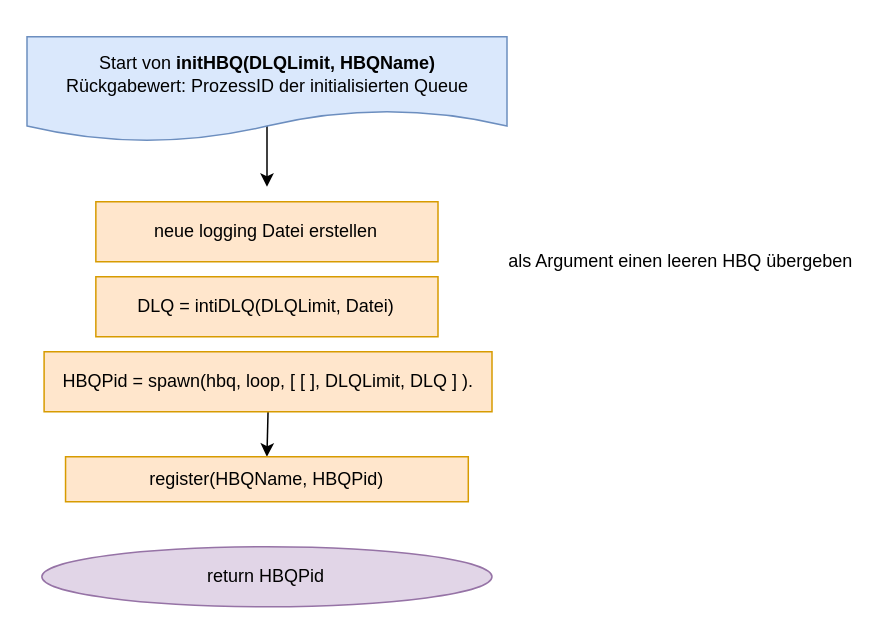
krisschaaf/Hausarbeit_Erlang_Queues keeps this draw.io diagram as Grafiken:Bilder/draw.io/HBQ/1. initHBQ.drawio. Above is the earlier version. Source tidied: cells renumbered, new cells numbered last; positions are measured from the earlier drawing's top-left corner, leaving out a move shared by most shapes. Both pictures are drawn from the tidied source at 150%, with x=0, y=0 at pixel (26, 36).
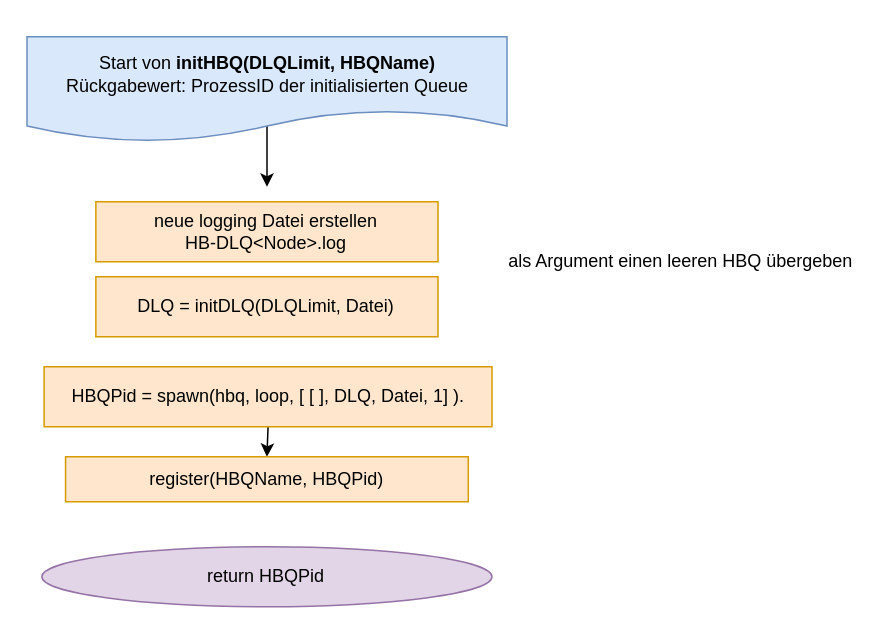
The same page after the edit.

Change to the diagram source:
```diff
@@
 <mxGraphModel>
   <root>
     <mxCell id="0" />
     <mxCell id="1" parent="0" />
     <mxCell id="2" style="edgeStyle=orthogonalEdgeStyle;rounded=0;jettySize=auto;html=1;exitX=0.5;exitY=0;exitDx=0;exitDy=0;" parent="1" edge="1" source="3">
       <mxGeometry relative="1" as="geometry">
         <mxPoint x="160.5" y="100" as="targetPoint" />
         <Array as="points">
           <mxPoint x="160.6" y="20" />
           <mxPoint x="160.6" y="20" />
         </Array>
       </mxGeometry>
     </mxCell>
     <mxCell id="3" value="Start von &lt;b&gt;initHBQ(DLQLimit, HBQName)&lt;/b&gt;&lt;br&gt;Rückgabewert: ProzessID der initialisierten Queue" style="shape=document;whiteSpace=wrap;html=1;boundedLbl=1;fillColor=#dae8fc;strokeColor=#6c8ebf;" parent="1" vertex="1">
       <mxGeometry x="0.5" width="320" height="70" as="geometry" />
     </mxCell>
     <mxCell id="4" value="return HBQPid" style="ellipse;whiteSpace=wrap;html=1;rounded=0;fillColor=#e1d5e7;strokeColor=#9673a6;" parent="1" vertex="1">
       <mxGeometry x="10.4" y="340" width="300.1" height="40" as="geometry" />
     </mxCell>
     <mxCell id="5" style="edgeStyle=orthogonalEdgeStyle;rounded=0;jettySize=auto;html=1;exitX=0.5;exitY=1;exitDx=0;exitDy=0;entryX=0.5;entryY=0;entryDx=0;entryDy=0;" parent="1" edge="1" source="6" target="7">
       <mxGeometry relative="1" as="geometry" />
     </mxCell>
-    <mxCell id="6" value="HBQPid =&amp;nbsp;spawn(hbq, loop, [ [ ], DLQLimit, DLQ ] )." style="rounded=0;whiteSpace=wrap;html=1;fillColor=#ffe6cc;strokeColor=#d79b00;" parent="1" vertex="1">
-      <mxGeometry x="11.9" y="210" width="298.6" height="40" as="geometry" />
+    <mxCell id="6" value="HBQPid =&amp;nbsp;spawn(hbq, loop, [ [ ], DLQ, Datei, 1] )." style="rounded=0;whiteSpace=wrap;html=1;fillColor=#ffe6cc;strokeColor=#d79b00;" parent="1" vertex="1">
+      <mxGeometry x="11.9" y="220" width="298.6" height="40" as="geometry" />
     </mxCell>
     <mxCell id="7" value="register(HBQName, HBQPid)" style="rounded=0;whiteSpace=wrap;html=1;fillColor=#ffe6cc;strokeColor=#d79b00;" parent="1" vertex="1">
       <mxGeometry x="26.2" y="280" width="268.5" height="30" as="geometry" />
     </mxCell>
     <mxCell id="8" value="als Argument einen leeren HBQ übergeben" style="text;html=1;align=center;verticalAlign=middle;strokeColor=none;fillColor=none;" parent="1" vertex="1">
       <mxGeometry x="310.5" y="140" width="250" height="20" as="geometry" />
     </mxCell>
-    <mxCell id="9" value="DLQ = intiDLQ(DLQLimit, Datei)" style="rounded=0;whiteSpace=wrap;html=1;fillColor=#ffe6cc;strokeColor=#d79b00;" parent="1" vertex="1">
+    <mxCell id="9" value="DLQ = initDLQ(DLQLimit, Datei)" style="rounded=0;whiteSpace=wrap;html=1;fillColor=#ffe6cc;strokeColor=#d79b00;" parent="1" vertex="1">
       <mxGeometry x="46.4" y="160" width="228.1" height="40" as="geometry" />
     </mxCell>
-    <mxCell id="10" value="neue logging Datei erstellen" style="rounded=0;whiteSpace=wrap;html=1;fillColor=#ffe6cc;strokeColor=#d79b00;" parent="1" vertex="1">
+    <mxCell id="10" value="neue logging Datei erstellen&lt;br&gt;HB-DLQ&amp;lt;Node&amp;gt;.log" style="rounded=0;whiteSpace=wrap;html=1;fillColor=#ffe6cc;strokeColor=#d79b00;" parent="1" vertex="1">
       <mxGeometry x="46.4" y="110" width="228.1" height="40" as="geometry" />
     </mxCell>
   </root>
 </mxGraphModel>
```
